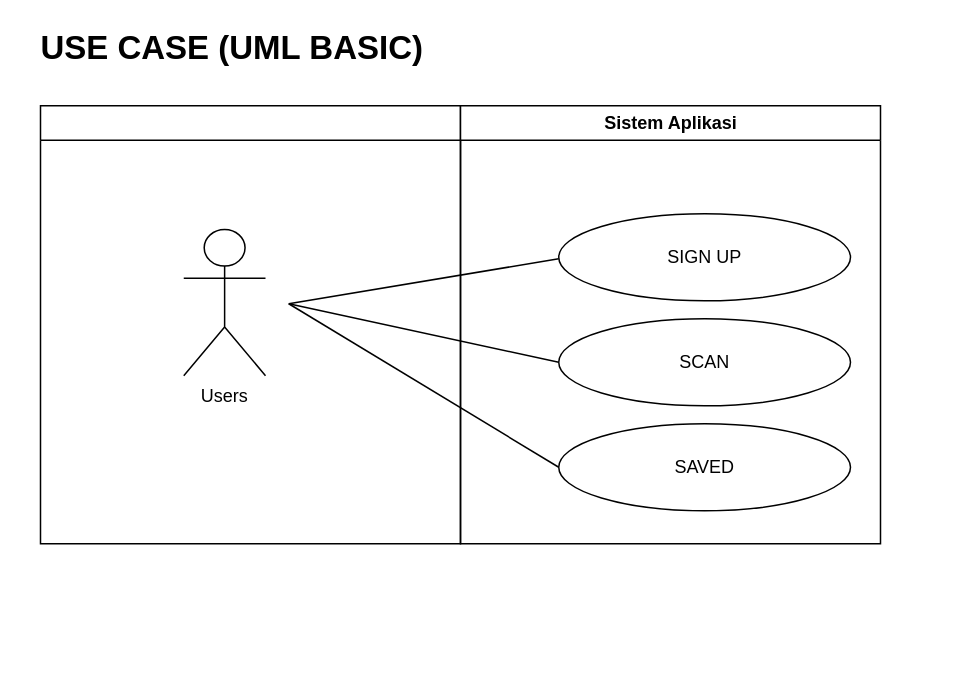
This is page "Page-1" (1 of 2) of Untitled Diagram.drawio from yldin/Capstone-Project, a draw.io file, before an edit. Source tidied: cells renumbered, new cells numbered last; positions are measured from the earlier drawing's top-left corner, leaving out a move shared by most shapes. Both pictures are drawn from the tidied source at 150%, with x=0, y=0 at pixel (26, 26).
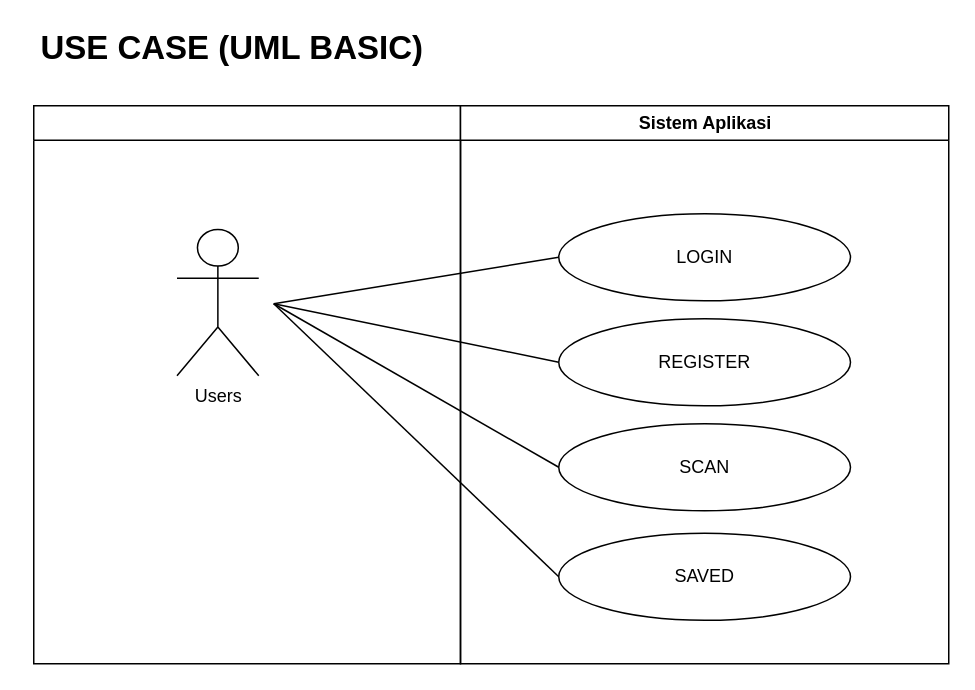
The same page after the edit.

Change to the diagram source:
```diff
@@
 <mxGraphModel>
   <root>
     <mxCell id="0" />
     <mxCell id="1" parent="0" />
     <mxCell id="2" style="swimlane;whiteSpace=wrap;" parent="1" vertex="1">
-      <mxGeometry x="9.5" y="53" width="280" height="292" as="geometry" />
+      <mxGeometry x="5" y="53" width="284.5" height="372" as="geometry" />
     </mxCell>
     <mxCell id="3" value="Users" style="shape=umlActor;verticalLabelPosition=bottom;verticalAlign=top;html=1;" parent="2" vertex="1">
       <mxGeometry x="95.5" y="82.5" width="54.5" height="97.5" as="geometry" />
     </mxCell>
-    <mxCell id="4" style="endArrow=none;html=1;rounded=0;" parent="2" edge="1">
+    <mxCell id="4" style="endArrow=none;html=1;rounded=0;entryX=0;entryY=0.5;entryDx=0;entryDy=0;" parent="2" edge="1" target="8">
       <mxGeometry relative="1" as="geometry">
-        <mxPoint x="165.5" y="132" as="sourcePoint" />
-        <mxPoint x="345.5" y="102" as="targetPoint" />
+        <mxPoint x="160" y="132" as="sourcePoint" />
       </mxGeometry>
     </mxCell>
     <mxCell id="5" style="endArrow=none;html=1;rounded=0;entryX=0;entryY=0.5;entryDx=0;entryDy=0;" parent="2" edge="1" target="9">
       <mxGeometry relative="1" as="geometry">
-        <mxPoint x="165.5" y="132" as="sourcePoint" />
+        <mxPoint x="160" y="132" as="sourcePoint" />
       </mxGeometry>
     </mxCell>
     <mxCell id="6" style="endArrow=none;html=1;rounded=0;entryX=0;entryY=0.5;entryDx=0;entryDy=0;" parent="2" edge="1" target="10">
       <mxGeometry relative="1" as="geometry">
-        <mxPoint x="165.5" y="132" as="sourcePoint" />
+        <mxPoint x="160" y="132" as="sourcePoint" />
       </mxGeometry>
     </mxCell>
+    <mxCell id="12" style="endArrow=none;html=1;rounded=0;entryX=0;entryY=0.5;entryDx=0;entryDy=0;" parent="2" edge="1" target="13">
+      <mxGeometry relative="1" as="geometry">
+        <mxPoint x="160" y="132" as="sourcePoint" />
+      </mxGeometry>
+    </mxCell>
     <mxCell id="7" value="Sistem Aplikasi" style="swimlane;whiteSpace=wrap;" parent="1" vertex="1">
-      <mxGeometry x="289.5" y="53" width="280" height="292" as="geometry" />
+      <mxGeometry x="289.5" y="53" width="325.5" height="372" as="geometry" />
     </mxCell>
-    <mxCell id="8" value="SIGN UP" style="ellipse;whiteSpace=wrap;html=1;" parent="7" vertex="1">
+    <mxCell id="8" value="LOGIN" style="ellipse;whiteSpace=wrap;html=1;" parent="7" vertex="1">
       <mxGeometry x="65.5" y="72" width="194.5" height="58" as="geometry" />
     </mxCell>
-    <mxCell id="9" value="SCAN" style="ellipse;whiteSpace=wrap;html=1;" parent="7" vertex="1">
+    <mxCell id="9" value="REGISTER" style="ellipse;whiteSpace=wrap;html=1;" parent="7" vertex="1">
       <mxGeometry x="65.5" y="142" width="194.5" height="58" as="geometry" />
     </mxCell>
-    <mxCell id="10" value="SAVED" style="ellipse;whiteSpace=wrap;html=1;" parent="7" vertex="1">
+    <mxCell id="10" value="SCAN" style="ellipse;whiteSpace=wrap;html=1;" parent="7" vertex="1">
       <mxGeometry x="65.5" y="212" width="194.5" height="58" as="geometry" />
     </mxCell>
+    <mxCell id="13" value="SAVED" style="ellipse;whiteSpace=wrap;html=1;" parent="7" vertex="1">
+      <mxGeometry x="65.5" y="285" width="194.5" height="58" as="geometry" />
+    </mxCell>
     <mxCell id="11" value="USE CASE (UML BASIC)&amp;nbsp;" style="text;html=1;align=center;verticalAlign=middle;strokeColor=none;fillColor=none;fontStyle=1;fontSize=22;" parent="1" vertex="1">
       <mxGeometry width="280" height="30" as="geometry" />
     </mxCell>
   </root>
 </mxGraphModel>
```
